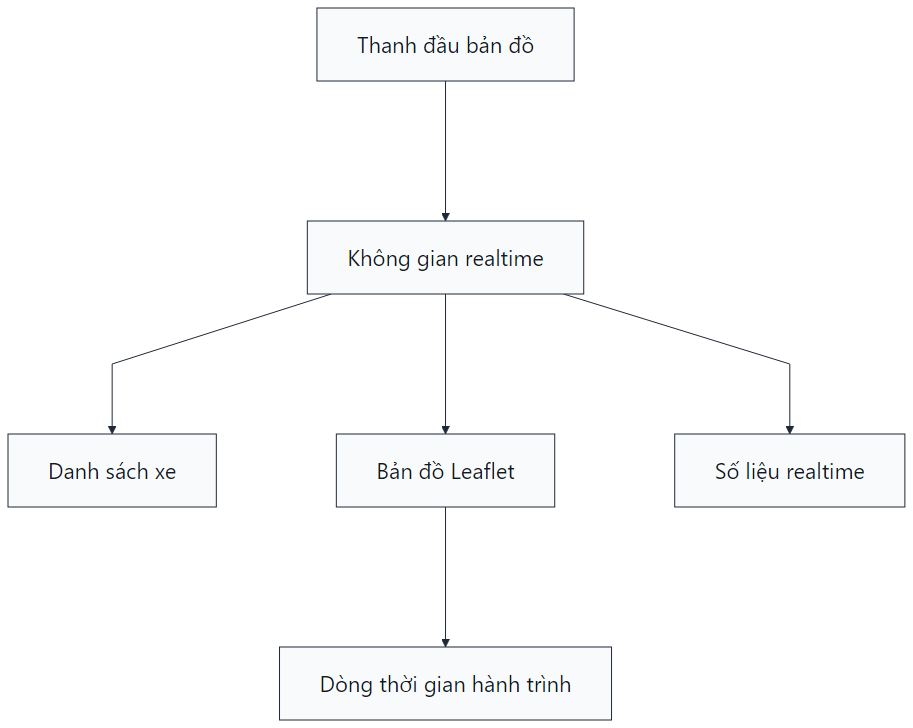
This is resources/reports/thesis/final/assets/figures/09-chuong-4-trien-khai-cloud-hinh-4-22.png from anmh1205/IoT_Vehicle_Tracking_System, a Mermaid export, as it was before one commit. Its source is kept beside it as resources/reports/thesis/final/assets/uml/09-chuong-4-trien-khai-cloud-hinh-4-22.mmd.
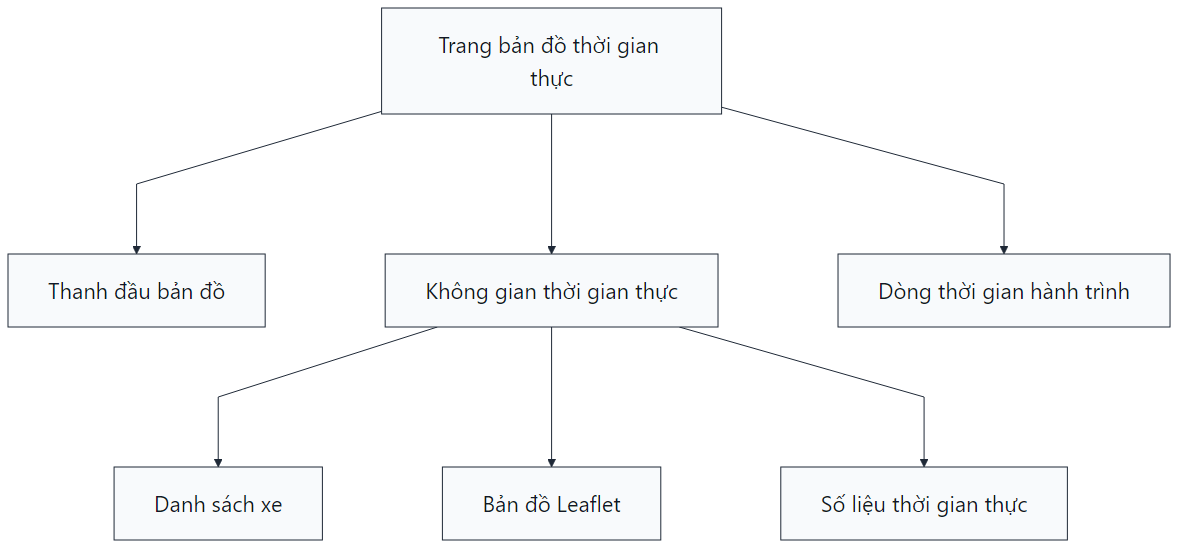
The same file after the commit.

The edit, as a diff of the source:
```diff
@@ -1,13 +1,15 @@
 flowchart TB
+    Screen["Trang bản đồ thời gian thực"]
     Header["Thanh đầu bản đồ"]
-    Main["Không gian realtime"]
+    Main["Không gian thời gian thực"]
     Fleet["Danh sách xe"]
     MapPanel["Bản đồ Leaflet"]
-    Stats["Số liệu realtime"]
+    Stats["Số liệu thời gian thực"]
     Timeline["Dòng thời gian hành trình"]
 
-    Header --> Main
+    Screen --> Header
+    Screen --> Main
     Main --> Fleet
     Main --> MapPanel
     Main --> Stats
-    MapPanel --> Timeline
+    Screen --> Timeline
```
